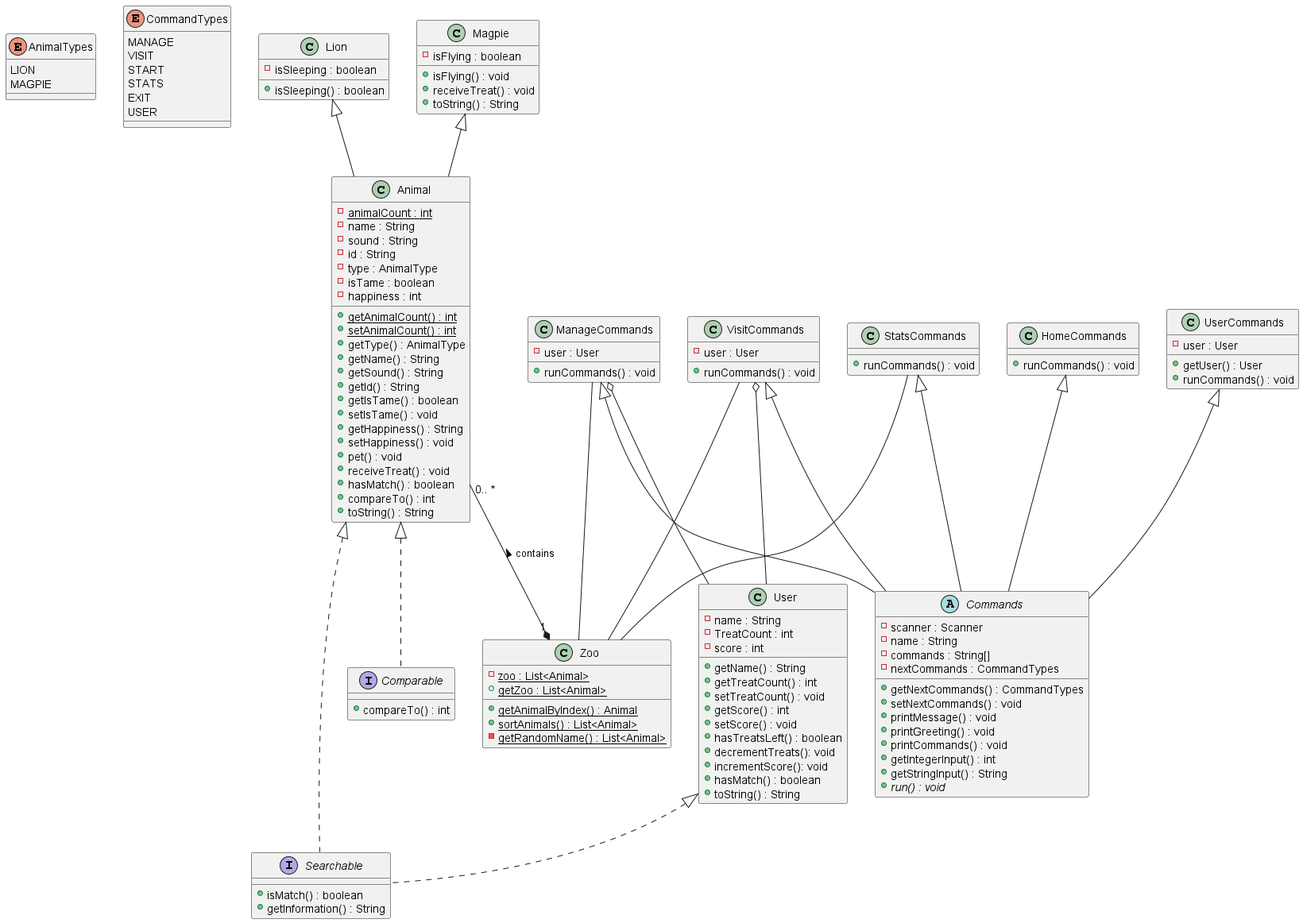
This is class-diagram.png from Charlie-robin/zoop, a PlantUML export, as it was before one commit.
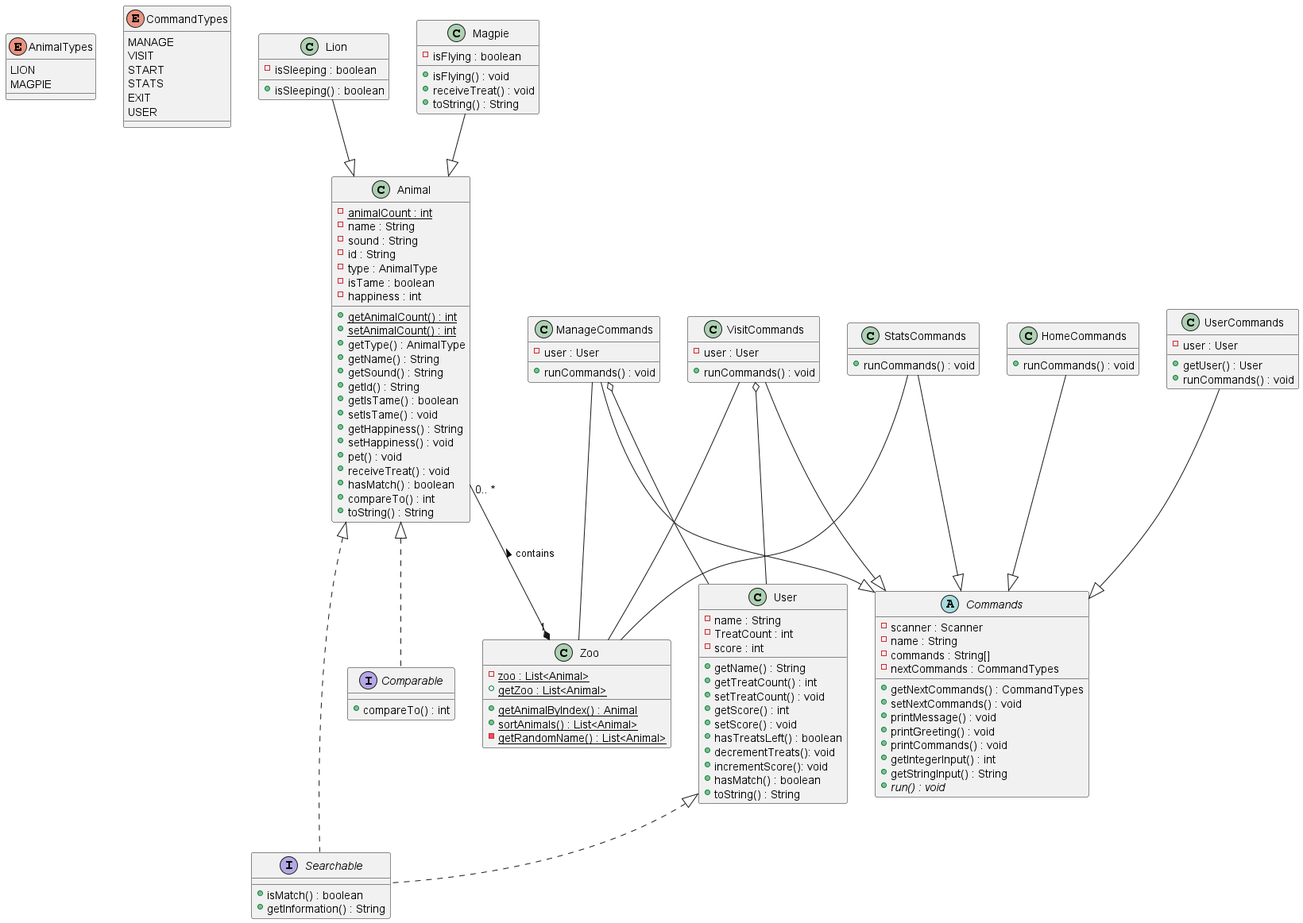
After the change.

Commit message:
(fix): Arrows in UML

Diff of the diagram source:
```diff
@@ -125,14 +125,14 @@
     - {static} getRandomName() : List<Animal>
 }
 
-Magpie <|-- Animal
-Lion <|-- Animal
+Magpie --|> Animal
+Lion --|> Animal
 
-HomeCommands <|-- Commands
-StatsCommands <|-- Commands
-UserCommands <|-- Commands
-ManageCommands <|-- Commands
-VisitCommands <|-- Commands
+HomeCommands --|> Commands
+StatsCommands --|> Commands
+UserCommands --|> Commands
+ManageCommands --|> Commands
+VisitCommands --|> Commands
 
 Animal <|.. Comparable
 Animal <|.. Searchable
```
